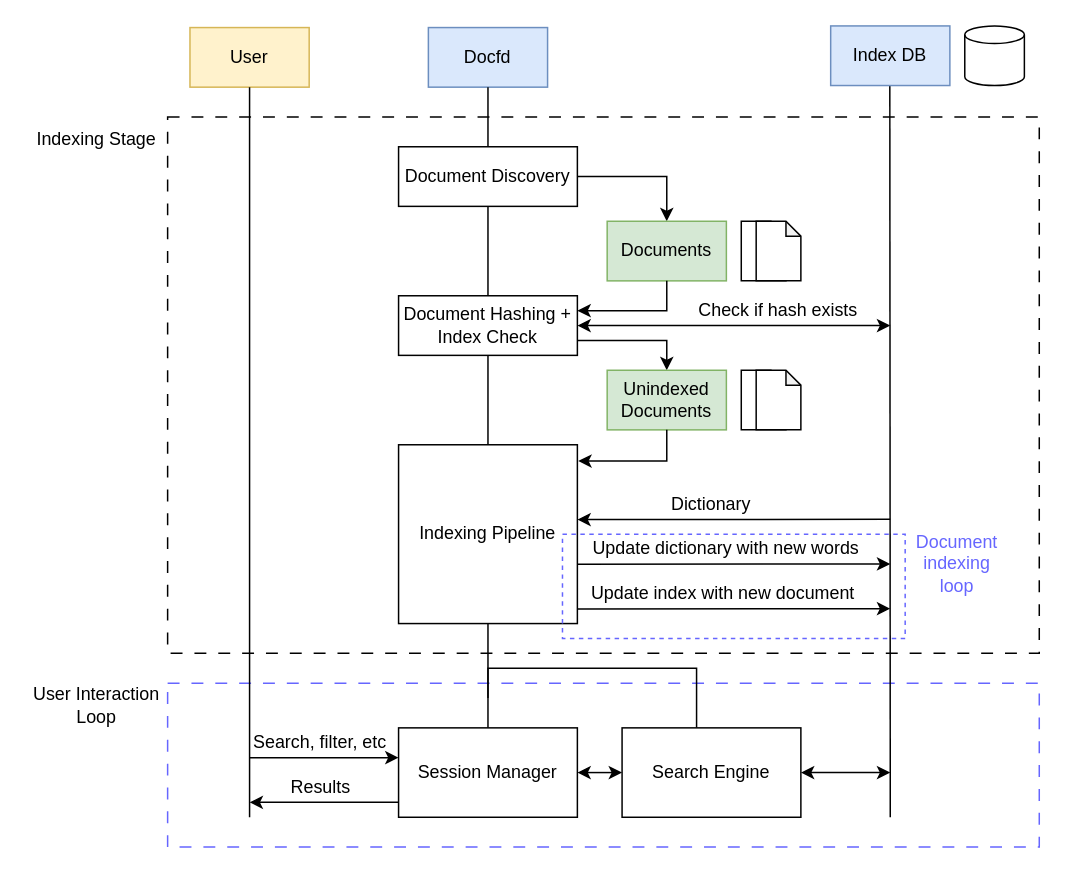
Earlier version of the draw.io diagram page "workflow-overview" (3 of 8) of docfd.drawio (darrenldl/darrenldl.github.io). Source tidied: cells renumbered, new cells numbered last; positions are measured from the earlier drawing's top-left corner, leaving out a move shared by most shapes. Both pictures are drawn from the tidied source at 149%, with x=0, y=0 at pixel (25, 25).
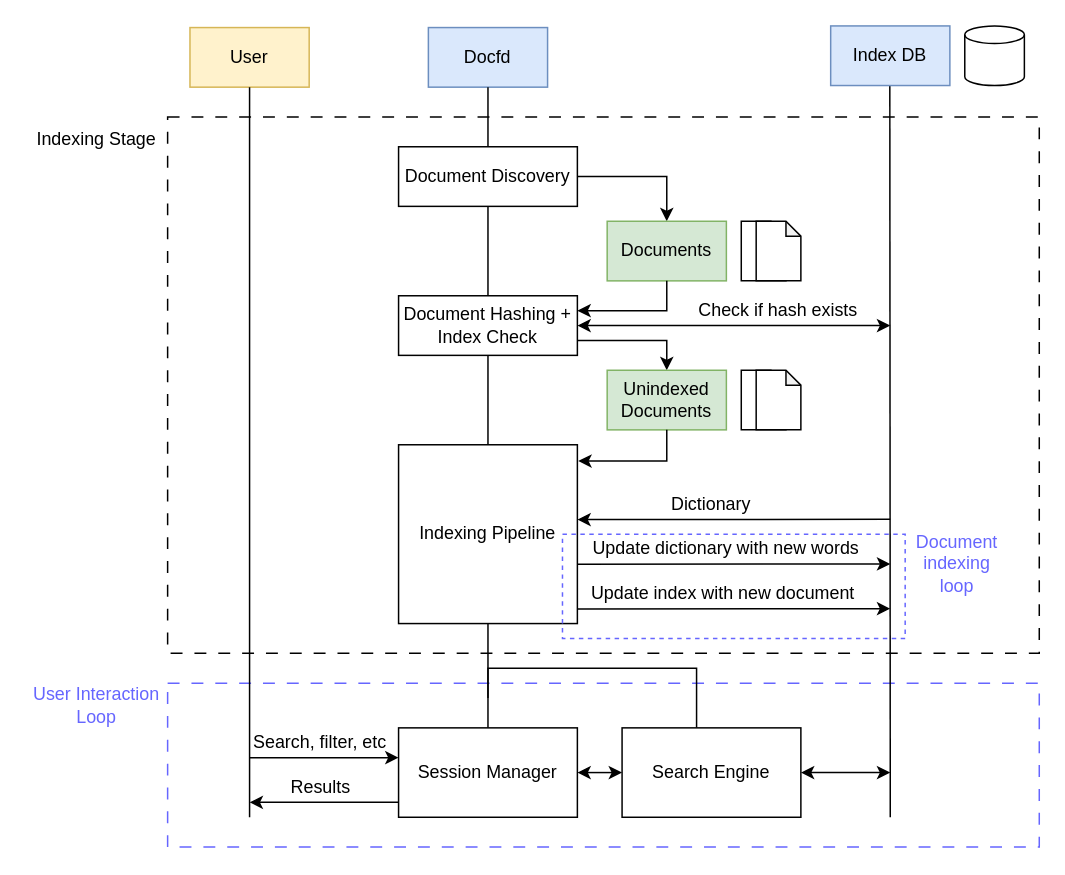
Above is the later version.

Commit message (it also covers changes not shown here):
Diagram text colour fix

Change to the diagram source:
```diff
@@
-    <mxCell id="33" value="User Interaction Loop" style="text;html=1;whiteSpace=wrap;strokeColor=none;fillColor=none;align=center;verticalAlign=middle;rounded=0;" parent="1" vertex="1">
+    <mxCell id="33" value="User Interaction Loop" style="text;html=1;whiteSpace=wrap;strokeColor=none;fillColor=none;align=center;verticalAlign=middle;rounded=0;fontColor=#6666FF;" parent="1" vertex="1">
       <mxGeometry y="441" width="95" height="30" as="geometry" />
     </mxCell>
```
